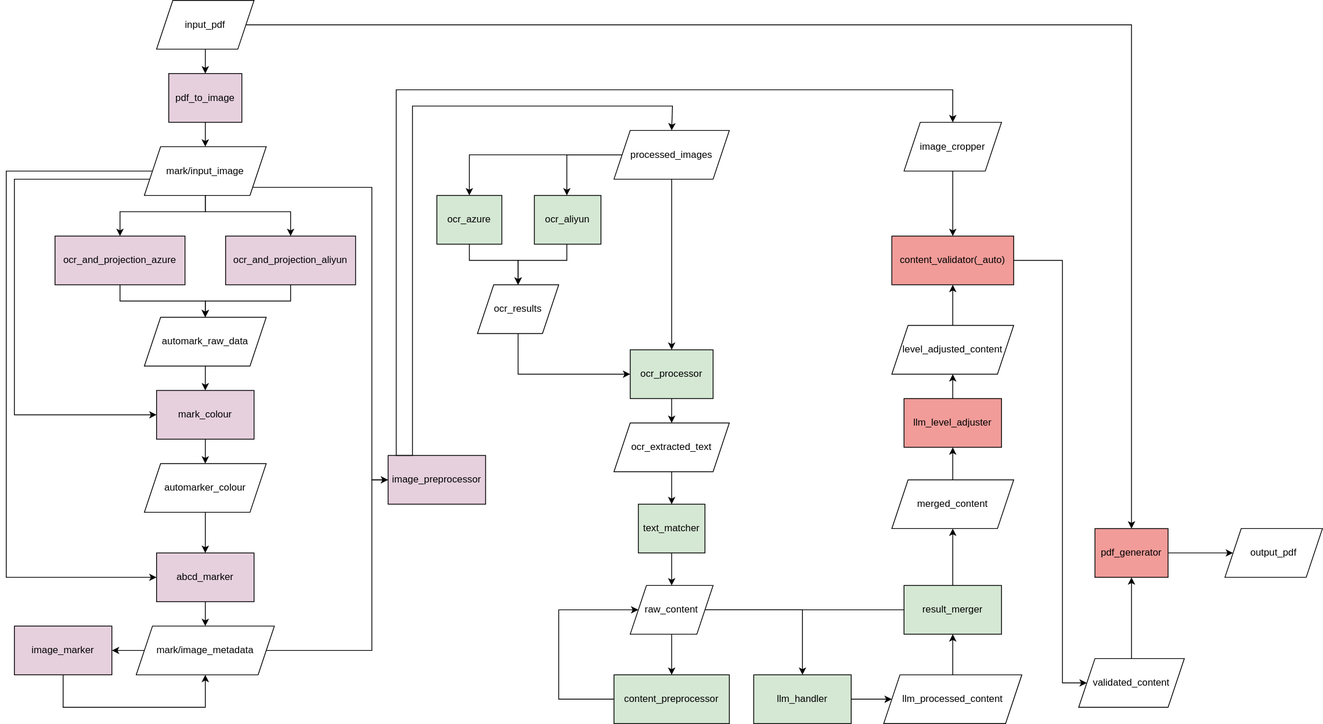
Earlier version of the draw.io export docs/数据关系传递.svg (NatsUIJM/autoContents). Source tidied: cells renumbered, new cells last; positions are measured from the earlier drawing's top-left corner, leaving out a move shared by most shapes. Source of this version:
```xml
<mxGraphModel>
  <root>
    <mxCell id="0" />
    <mxCell id="1" parent="0" />
    <mxCell id="2" style="edgeStyle=orthogonalEdgeStyle;rounded=0;jettySize=auto;html=1;" parent="1" edge="1" source="4" target="12">
      <mxGeometry relative="1" as="geometry" />
    </mxCell>
    <mxCell id="3" style="edgeStyle=orthogonalEdgeStyle;rounded=0;jettySize=auto;html=1;entryX=0.5;entryY=0;entryDx=0;entryDy=0;" parent="1" edge="1" source="4" target="56">
      <mxGeometry relative="1" as="geometry" />
    </mxCell>
    <mxCell id="4" value="input_pdf" style="shape=parallelogram;perimeter=parallelogramPerimeter;whiteSpace=wrap;html=1;fixedSize=1;" parent="1" vertex="1">
      <mxGeometry x="185" width="120" height="60" as="geometry" />
    </mxCell>
    <mxCell id="5" style="edgeStyle=orthogonalEdgeStyle;rounded=0;jettySize=auto;html=1;entryX=0;entryY=0.5;entryDx=0;entryDy=0;" parent="1" edge="1" source="10">
      <mxGeometry relative="1" as="geometry">
        <mxPoint x="519" y="590" as="targetPoint" />
        <Array as="points">
          <mxPoint x="450" y="230" />
          <mxPoint x="450" y="590" />
        </Array>
      </mxGeometry>
    </mxCell>
    <mxCell id="6" style="edgeStyle=orthogonalEdgeStyle;rounded=0;jettySize=auto;html=1;entryX=0.5;entryY=0;entryDx=0;entryDy=0;" parent="1" edge="1" source="10" target="71">
      <mxGeometry relative="1" as="geometry">
        <Array as="points">
          <mxPoint x="245" y="260" />
          <mxPoint x="140" y="260" />
        </Array>
      </mxGeometry>
    </mxCell>
    <mxCell id="7" style="edgeStyle=orthogonalEdgeStyle;rounded=0;jettySize=auto;html=1;entryX=0.5;entryY=0;entryDx=0;entryDy=0;" parent="1" edge="1" source="10" target="73">
      <mxGeometry relative="1" as="geometry">
        <Array as="points">
          <mxPoint x="245" y="260" />
          <mxPoint x="350" y="260" />
        </Array>
      </mxGeometry>
    </mxCell>
    <mxCell id="8" style="edgeStyle=orthogonalEdgeStyle;rounded=0;jettySize=auto;html=1;entryX=0;entryY=0.5;entryDx=0;entryDy=0;" parent="1" edge="1" source="10" target="69">
      <mxGeometry relative="1" as="geometry">
        <Array as="points">
          <mxPoint y="210" />
          <mxPoint y="710" />
        </Array>
      </mxGeometry>
    </mxCell>
    <mxCell id="9" style="edgeStyle=orthogonalEdgeStyle;rounded=0;jettySize=auto;html=1;entryX=0;entryY=0.5;entryDx=0;entryDy=0;" parent="1" edge="1" source="10" target="67">
      <mxGeometry relative="1" as="geometry">
        <Array as="points">
          <mxPoint x="10" y="220" />
          <mxPoint x="10" y="510" />
        </Array>
      </mxGeometry>
    </mxCell>
    <mxCell id="10" value="mark/input_image" style="shape=parallelogram;perimeter=parallelogramPerimeter;whiteSpace=wrap;html=1;fixedSize=1;" parent="1" vertex="1">
      <mxGeometry x="170" y="180" width="150" height="60" as="geometry" />
    </mxCell>
    <mxCell id="11" style="edgeStyle=orthogonalEdgeStyle;rounded=0;jettySize=auto;html=1;" parent="1" edge="1" source="12" target="10">
      <mxGeometry relative="1" as="geometry" />
    </mxCell>
    <mxCell id="12" value="pdf_to_image" style="whiteSpace=wrap;html=1;fillColor=#E6D0DE;" parent="1" vertex="1">
      <mxGeometry x="200" y="90" width="90" height="60" as="geometry" />
    </mxCell>
    <mxCell id="13" style="edgeStyle=orthogonalEdgeStyle;rounded=0;jettySize=auto;html=1;" parent="1" edge="1" source="15" target="19">
      <mxGeometry relative="1" as="geometry">
        <Array as="points">
          <mxPoint x="450" y="800" />
          <mxPoint x="450" y="590" />
        </Array>
      </mxGeometry>
    </mxCell>
    <mxCell id="14" style="edgeStyle=orthogonalEdgeStyle;rounded=0;jettySize=auto;html=1;" parent="1" edge="1" source="15" target="17">
      <mxGeometry relative="1" as="geometry" />
    </mxCell>
    <mxCell id="15" value="mark/image_metadata" style="shape=parallelogram;perimeter=parallelogramPerimeter;whiteSpace=wrap;html=1;fixedSize=1;" parent="1" vertex="1">
      <mxGeometry x="160" y="770" width="170" height="60" as="geometry" />
    </mxCell>
    <mxCell id="16" style="edgeStyle=orthogonalEdgeStyle;rounded=0;jettySize=auto;html=1;entryX=0.5;entryY=1;entryDx=0;entryDy=0;" parent="1" edge="1" source="17" target="15">
      <mxGeometry relative="1" as="geometry">
        <Array as="points">
          <mxPoint x="70" y="870" />
          <mxPoint x="245" y="870" />
        </Array>
      </mxGeometry>
    </mxCell>
    <mxCell id="17" value="image_marker" style="whiteSpace=wrap;html=1;fillColor=#E6D0DE;" parent="1" vertex="1">
      <mxGeometry x="10" y="770" width="120" height="60" as="geometry" />
    </mxCell>
    <mxCell id="18" style="edgeStyle=orthogonalEdgeStyle;rounded=0;jettySize=auto;html=1;exitX=0.25;exitY=0;exitDx=0;exitDy=0;entryX=0.5;entryY=0;entryDx=0;entryDy=0;" parent="1" edge="1" source="19" target="23">
      <mxGeometry relative="1" as="geometry">
        <Array as="points">
          <mxPoint x="500" y="130" />
          <mxPoint x="820" y="130" />
        </Array>
      </mxGeometry>
    </mxCell>
    <mxCell id="19" value="image_preprocessor" style="whiteSpace=wrap;html=1;fillColor=#E6D0DE;" parent="1" vertex="1">
      <mxGeometry x="470" y="560" width="120" height="60" as="geometry" />
    </mxCell>
    <mxCell id="20" style="edgeStyle=orthogonalEdgeStyle;rounded=0;jettySize=auto;html=1;entryX=0.5;entryY=0;entryDx=0;entryDy=0;" parent="1" edge="1" source="23" target="28">
      <mxGeometry relative="1" as="geometry" />
    </mxCell>
    <mxCell id="21" style="edgeStyle=orthogonalEdgeStyle;rounded=0;jettySize=auto;html=1;" parent="1" edge="1" source="23" target="32">
      <mxGeometry relative="1" as="geometry">
        <Array as="points">
          <mxPoint x="690" y="190" />
        </Array>
      </mxGeometry>
    </mxCell>
    <mxCell id="22" style="edgeStyle=orthogonalEdgeStyle;rounded=0;jettySize=auto;html=1;" parent="1" edge="1" source="23" target="34">
      <mxGeometry relative="1" as="geometry" />
    </mxCell>
    <mxCell id="23" value="processed_images" style="shape=parallelogram;perimeter=parallelogramPerimeter;whiteSpace=wrap;html=1;fixedSize=1;" parent="1" vertex="1">
      <mxGeometry x="748" y="160" width="142" height="60" as="geometry" />
    </mxCell>
    <mxCell id="24" style="edgeStyle=orthogonalEdgeStyle;rounded=0;jettySize=auto;html=1;entryX=0.5;entryY=0;entryDx=0;entryDy=0;" parent="1" edge="1" source="25" target="54">
      <mxGeometry relative="1" as="geometry" />
    </mxCell>
    <mxCell id="25" value="image_cropper" style="shape=parallelogram;perimeter=parallelogramPerimeter;whiteSpace=wrap;html=1;fixedSize=1;" parent="1" vertex="1">
      <mxGeometry x="1105" y="150" width="120" height="60" as="geometry" />
    </mxCell>
    <mxCell id="26" style="edgeStyle=orthogonalEdgeStyle;rounded=0;jettySize=auto;html=1;entryX=0.5;entryY=0;entryDx=0;entryDy=0;exitX=0.25;exitY=0;exitDx=0;exitDy=0;" parent="1" edge="1" source="19" target="25">
      <mxGeometry relative="1" as="geometry">
        <Array as="points">
          <mxPoint x="480" y="560" />
          <mxPoint x="480" y="110" />
          <mxPoint x="1165" y="110" />
        </Array>
      </mxGeometry>
    </mxCell>
    <mxCell id="27" style="edgeStyle=orthogonalEdgeStyle;rounded=0;jettySize=auto;html=1;" parent="1" edge="1" source="28" target="30">
      <mxGeometry relative="1" as="geometry">
        <Array as="points">
          <mxPoint x="570" y="320" />
          <mxPoint x="630" y="320" />
        </Array>
      </mxGeometry>
    </mxCell>
    <mxCell id="28" value="ocr_azure" style="whiteSpace=wrap;html=1;fillColor=#D5E8D4;" parent="1" vertex="1">
      <mxGeometry x="530" y="240" width="80" height="60" as="geometry" />
    </mxCell>
    <mxCell id="29" style="edgeStyle=orthogonalEdgeStyle;rounded=0;jettySize=auto;html=1;entryX=0;entryY=0.5;entryDx=0;entryDy=0;" parent="1" edge="1" source="30" target="34">
      <mxGeometry relative="1" as="geometry">
        <Array as="points">
          <mxPoint x="630" y="460" />
        </Array>
      </mxGeometry>
    </mxCell>
    <mxCell id="30" value="ocr_results" style="shape=parallelogram;perimeter=parallelogramPerimeter;whiteSpace=wrap;html=1;fixedSize=1;" parent="1" vertex="1">
      <mxGeometry x="580" y="350" width="100" height="60" as="geometry" />
    </mxCell>
    <mxCell id="31" style="edgeStyle=orthogonalEdgeStyle;rounded=0;jettySize=auto;html=1;entryX=0.5;entryY=0;entryDx=0;entryDy=0;" parent="1" edge="1" source="32" target="30">
      <mxGeometry relative="1" as="geometry">
        <Array as="points">
          <mxPoint x="690" y="320" />
          <mxPoint x="630" y="320" />
        </Array>
      </mxGeometry>
    </mxCell>
    <mxCell id="32" value="ocr_aliyun" style="whiteSpace=wrap;html=1;fillColor=#D5E8D4;" parent="1" vertex="1">
      <mxGeometry x="650" y="240" width="82" height="60" as="geometry" />
    </mxCell>
    <mxCell id="33" style="edgeStyle=orthogonalEdgeStyle;rounded=0;jettySize=auto;html=1;" parent="1" edge="1" source="34" target="36">
      <mxGeometry relative="1" as="geometry" />
    </mxCell>
    <mxCell id="34" value="ocr_processor" style="whiteSpace=wrap;html=1;fillColor=#D5E8D4;" parent="1" vertex="1">
      <mxGeometry x="768" y="430" width="102" height="60" as="geometry" />
    </mxCell>
    <mxCell id="35" style="edgeStyle=orthogonalEdgeStyle;rounded=0;jettySize=auto;html=1;" parent="1" edge="1" source="36" target="38">
      <mxGeometry relative="1" as="geometry" />
    </mxCell>
    <mxCell id="36" value="ocr_extracted_text" style="shape=parallelogram;perimeter=parallelogramPerimeter;whiteSpace=wrap;html=1;fixedSize=1;" parent="1" vertex="1">
      <mxGeometry x="748" y="520" width="142" height="60" as="geometry" />
    </mxCell>
    <mxCell id="37" style="edgeStyle=orthogonalEdgeStyle;rounded=0;jettySize=auto;html=1;" parent="1" edge="1" source="38" target="42">
      <mxGeometry relative="1" as="geometry" />
    </mxCell>
    <mxCell id="38" value="text_matcher" style="whiteSpace=wrap;html=1;fillColor=#D5E8D4;" parent="1" vertex="1">
      <mxGeometry x="778" y="620" width="82" height="60" as="geometry" />
    </mxCell>
    <mxCell id="39" style="edgeStyle=orthogonalEdgeStyle;rounded=0;jettySize=auto;html=1;entryX=0.5;entryY=0;entryDx=0;entryDy=0;" parent="1" edge="1" source="42" target="44">
      <mxGeometry relative="1" as="geometry" />
    </mxCell>
    <mxCell id="40" style="edgeStyle=orthogonalEdgeStyle;rounded=0;jettySize=auto;html=1;" parent="1" edge="1" source="42" target="48">
      <mxGeometry relative="1" as="geometry" />
    </mxCell>
    <mxCell id="41" style="edgeStyle=orthogonalEdgeStyle;rounded=0;jettySize=auto;html=1;entryX=0;entryY=0.5;entryDx=0;entryDy=0;" parent="1" edge="1" source="42" target="50">
      <mxGeometry relative="1" as="geometry">
        <Array as="points">
          <mxPoint x="1175" y="750" />
        </Array>
      </mxGeometry>
    </mxCell>
    <mxCell id="42" value="raw_content" style="shape=parallelogram;perimeter=parallelogramPerimeter;whiteSpace=wrap;html=1;fixedSize=1;" parent="1" vertex="1">
      <mxGeometry x="768" y="720" width="102" height="60" as="geometry" />
    </mxCell>
    <mxCell id="43" style="edgeStyle=orthogonalEdgeStyle;rounded=0;jettySize=auto;html=1;entryX=0;entryY=0.5;entryDx=0;entryDy=0;" parent="1" edge="1" source="44" target="42">
      <mxGeometry relative="1" as="geometry">
        <Array as="points">
          <mxPoint x="680" y="860" />
          <mxPoint x="680" y="750" />
        </Array>
      </mxGeometry>
    </mxCell>
    <mxCell id="44" value="content_preprocessor" style="whiteSpace=wrap;html=1;fillColor=#D5E8D4;" parent="1" vertex="1">
      <mxGeometry x="748" y="830" width="142" height="60" as="geometry" />
    </mxCell>
    <mxCell id="45" style="edgeStyle=orthogonalEdgeStyle;rounded=0;jettySize=auto;html=1;" parent="1" edge="1" source="46" target="50">
      <mxGeometry relative="1" as="geometry" />
    </mxCell>
    <mxCell id="46" value="llm_processed_content" style="shape=parallelogram;perimeter=parallelogramPerimeter;whiteSpace=wrap;html=1;fixedSize=1;" parent="1" vertex="1">
      <mxGeometry x="1080" y="830" width="170" height="60" as="geometry" />
    </mxCell>
    <mxCell id="47" style="edgeStyle=orthogonalEdgeStyle;rounded=0;jettySize=auto;html=1;" parent="1" edge="1" source="48" target="46">
      <mxGeometry relative="1" as="geometry" />
    </mxCell>
    <mxCell id="48" value="llm_handler" style="whiteSpace=wrap;html=1;fillColor=#D5E8D4;" parent="1" vertex="1">
      <mxGeometry x="920" y="830" width="120" height="60" as="geometry" />
    </mxCell>
    <mxCell id="49" style="edgeStyle=orthogonalEdgeStyle;rounded=0;jettySize=auto;html=1;" parent="1" edge="1" source="50" target="52">
      <mxGeometry relative="1" as="geometry" />
    </mxCell>
    <mxCell id="50" value="result_merger" style="whiteSpace=wrap;html=1;fillColor=#D5E8D4;" parent="1" vertex="1">
      <mxGeometry x="1105" y="720" width="120" height="60" as="geometry" />
    </mxCell>
    <mxCell id="51" style="edgeStyle=orthogonalEdgeStyle;rounded=0;jettySize=auto;html=1;" parent="1" edge="1" source="52" target="61">
      <mxGeometry relative="1" as="geometry" />
    </mxCell>
    <mxCell id="52" value="merged_content" style="shape=parallelogram;perimeter=parallelogramPerimeter;whiteSpace=wrap;html=1;fixedSize=1;" parent="1" vertex="1">
      <mxGeometry x="1090" y="590" width="150" height="60" as="geometry" />
    </mxCell>
    <mxCell id="53" style="edgeStyle=orthogonalEdgeStyle;rounded=0;jettySize=auto;html=1;entryX=0;entryY=0.5;entryDx=0;entryDy=0;" parent="1" edge="1" source="54" target="58">
      <mxGeometry relative="1" as="geometry">
        <Array as="points">
          <mxPoint x="1300" y="320" />
          <mxPoint x="1300" y="840" />
        </Array>
      </mxGeometry>
    </mxCell>
    <mxCell id="54" value="content_validator(_auto)" style="whiteSpace=wrap;html=1;fillColor=#F19C99;" parent="1" vertex="1">
      <mxGeometry x="1090" y="290" width="150" height="60" as="geometry" />
    </mxCell>
    <mxCell id="55" style="edgeStyle=orthogonalEdgeStyle;rounded=0;jettySize=auto;html=1;" parent="1" edge="1" source="56" target="59">
      <mxGeometry relative="1" as="geometry" />
    </mxCell>
    <mxCell id="56" value="pdf_generator" style="whiteSpace=wrap;html=1;fillColor=#F19C99;" parent="1" vertex="1">
      <mxGeometry x="1340" y="650" width="90" height="60" as="geometry" />
    </mxCell>
    <mxCell id="57" style="edgeStyle=orthogonalEdgeStyle;rounded=0;jettySize=auto;html=1;" parent="1" edge="1" source="58" target="56">
      <mxGeometry relative="1" as="geometry" />
    </mxCell>
    <mxCell id="58" value="validated_content" style="shape=parallelogram;perimeter=parallelogramPerimeter;whiteSpace=wrap;html=1;fixedSize=1;" parent="1" vertex="1">
      <mxGeometry x="1320" y="810" width="130" height="60" as="geometry" />
    </mxCell>
    <mxCell id="59" value="output_pdf" style="shape=parallelogram;perimeter=parallelogramPerimeter;whiteSpace=wrap;html=1;fixedSize=1;" parent="1" vertex="1">
      <mxGeometry x="1500" y="650" width="120" height="60" as="geometry" />
    </mxCell>
    <mxCell id="60" style="edgeStyle=orthogonalEdgeStyle;rounded=0;jettySize=auto;html=1;" parent="1" edge="1" source="61" target="63">
      <mxGeometry relative="1" as="geometry" />
    </mxCell>
    <mxCell id="61" value="llm_level_adjuster" style="whiteSpace=wrap;html=1;fillColor=#F19C99;" parent="1" vertex="1">
      <mxGeometry x="1105" y="490" width="120" height="60" as="geometry" />
    </mxCell>
    <mxCell id="62" style="edgeStyle=orthogonalEdgeStyle;rounded=0;jettySize=auto;html=1;" parent="1" edge="1" source="63" target="54">
      <mxGeometry relative="1" as="geometry" />
    </mxCell>
    <mxCell id="63" value="level_adjusted_content" style="shape=parallelogram;perimeter=parallelogramPerimeter;whiteSpace=wrap;html=1;fixedSize=1;" parent="1" vertex="1">
      <mxGeometry x="1090" y="400" width="150" height="60" as="geometry" />
    </mxCell>
    <mxCell id="64" style="edgeStyle=orthogonalEdgeStyle;rounded=0;jettySize=auto;html=1;" parent="1" edge="1" source="65" target="69">
      <mxGeometry relative="1" as="geometry" />
    </mxCell>
    <mxCell id="65" value="automarker_colour" style="shape=parallelogram;perimeter=parallelogramPerimeter;whiteSpace=wrap;html=1;fixedSize=1;" parent="1" vertex="1">
      <mxGeometry x="170" y="570" width="150" height="60" as="geometry" />
    </mxCell>
    <mxCell id="66" style="edgeStyle=orthogonalEdgeStyle;rounded=0;jettySize=auto;html=1;" parent="1" edge="1" source="67" target="65">
      <mxGeometry relative="1" as="geometry" />
    </mxCell>
    <mxCell id="67" value="mark_colour" style="whiteSpace=wrap;html=1;fillColor=#E6D0DE;" parent="1" vertex="1">
      <mxGeometry x="185" y="480" width="120" height="60" as="geometry" />
    </mxCell>
    <mxCell id="68" style="edgeStyle=orthogonalEdgeStyle;rounded=0;jettySize=auto;html=1;entryX=0.5;entryY=0;entryDx=0;entryDy=0;" parent="1" edge="1" source="69" target="15">
      <mxGeometry relative="1" as="geometry" />
    </mxCell>
    <mxCell id="69" value="abcd_marker" style="whiteSpace=wrap;html=1;fillColor=#E6D0DE;" parent="1" vertex="1">
      <mxGeometry x="185" y="680" width="120" height="60" as="geometry" />
    </mxCell>
    <mxCell id="70" style="edgeStyle=orthogonalEdgeStyle;rounded=0;jettySize=auto;html=1;entryX=0.5;entryY=0;entryDx=0;entryDy=0;" parent="1" edge="1" source="71" target="75">
      <mxGeometry relative="1" as="geometry">
        <Array as="points">
          <mxPoint x="140" y="370" />
          <mxPoint x="245" y="370" />
        </Array>
      </mxGeometry>
    </mxCell>
    <mxCell id="71" value="ocr_and_projection_azure" style="whiteSpace=wrap;html=1;fillColor=#E6D0DE;" parent="1" vertex="1">
      <mxGeometry x="60" y="290" width="160" height="60" as="geometry" />
    </mxCell>
    <mxCell id="72" style="edgeStyle=orthogonalEdgeStyle;rounded=0;jettySize=auto;html=1;entryX=0.5;entryY=0;entryDx=0;entryDy=0;" parent="1" edge="1" source="73" target="75">
      <mxGeometry relative="1" as="geometry">
        <Array as="points">
          <mxPoint x="350" y="370" />
          <mxPoint x="245" y="370" />
        </Array>
      </mxGeometry>
    </mxCell>
    <mxCell id="73" value="ocr_and_projection_aliyun" style="whiteSpace=wrap;html=1;fillColor=#E6D0DE;" parent="1" vertex="1">
      <mxGeometry x="270" y="290" width="160" height="60" as="geometry" />
    </mxCell>
    <mxCell id="74" style="edgeStyle=orthogonalEdgeStyle;rounded=0;jettySize=auto;html=1;" parent="1" edge="1" source="75" target="67">
      <mxGeometry relative="1" as="geometry" />
    </mxCell>
    <mxCell id="75" value="automark_raw_data" style="shape=parallelogram;perimeter=parallelogramPerimeter;whiteSpace=wrap;html=1;fixedSize=1;" parent="1" vertex="1">
      <mxGeometry x="170" y="390" width="150" height="60" as="geometry" />
    </mxCell>
  </root>
</mxGraphModel>
```
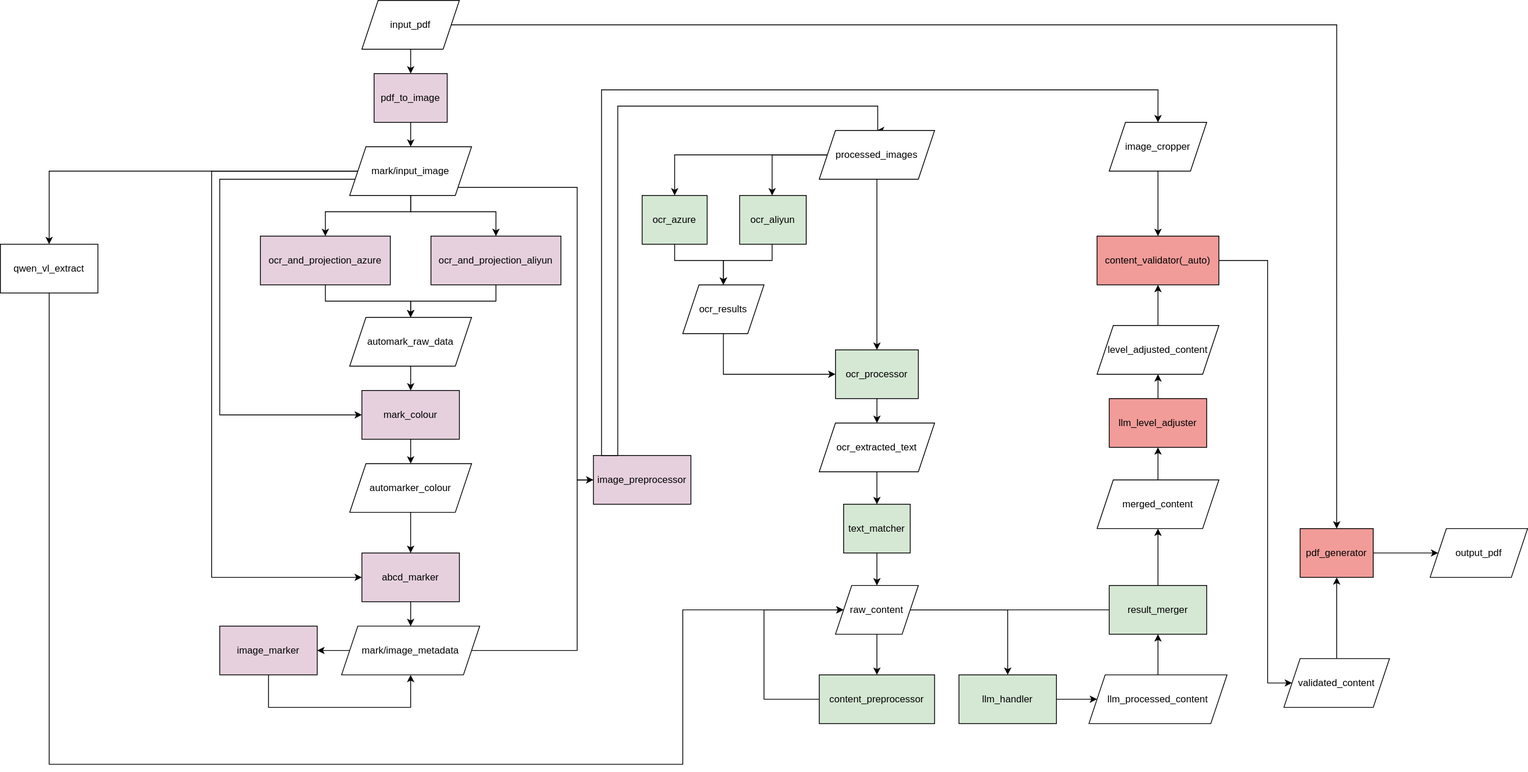
Above is the later version.

Change to the diagram source:
```diff
@@ -52,6 +52,9 @@
         </Array>
       </mxGeometry>
     </mxCell>
+    <mxCell id="76" style="edgeStyle=orthogonalEdgeStyle;rounded=0;jettySize=auto;html=1;" parent="1" edge="1" source="10" target="78">
+      <mxGeometry relative="1" as="geometry" />
+    </mxCell>
     <mxCell id="10" value="mark/input_image" style="shape=parallelogram;perimeter=parallelogramPerimeter;whiteSpace=wrap;html=1;fixedSize=1;" parent="1" vertex="1">
       <mxGeometry x="170" y="180" width="150" height="60" as="geometry" />
     </mxCell>
@@ -313,5 +316,17 @@
     <mxCell id="75" value="automark_raw_data" style="shape=parallelogram;perimeter=parallelogramPerimeter;whiteSpace=wrap;html=1;fixedSize=1;" parent="1" vertex="1">
       <mxGeometry x="170" y="390" width="150" height="60" as="geometry" />
     </mxCell>
+    <mxCell id="77" style="edgeStyle=orthogonalEdgeStyle;rounded=0;jettySize=auto;html=1;" parent="1" edge="1" source="78" target="42">
+      <mxGeometry relative="1" as="geometry">
+        <Array as="points">
+          <mxPoint x="-200" y="940" />
+          <mxPoint x="580" y="940" />
+          <mxPoint x="580" y="750" />
+        </Array>
+      </mxGeometry>
+    </mxCell>
+    <mxCell id="78" value="qwen_vl_extract" style="whiteSpace=wrap;html=1;" parent="1" vertex="1">
+      <mxGeometry x="-260" y="300" width="120" height="60" as="geometry" />
+    </mxCell>
   </root>
 </mxGraphModel>
```
